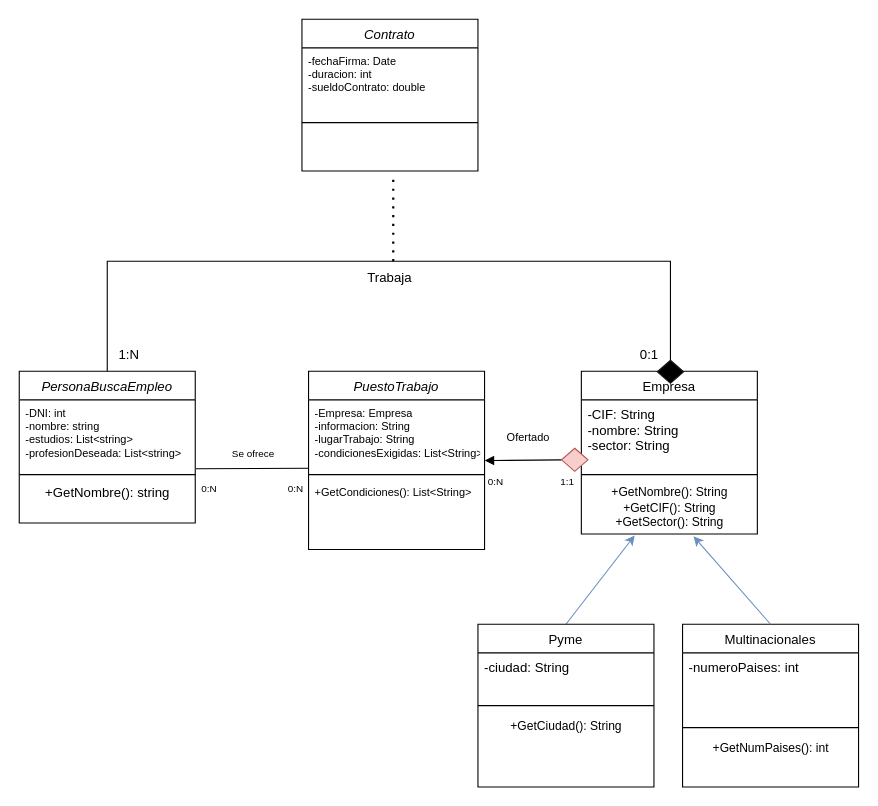
This is Entornos/7/Buaaa6.drawio from enderwigim/DAW1, a draw.io file, before an edit. Source tidied: cells renumbered, new cells numbered last; positions are measured from the earlier drawing's top-left corner, leaving out a move shared by most shapes. Both pictures are drawn from the tidied source at 110%, with x=0, y=0 at pixel (19, 19).
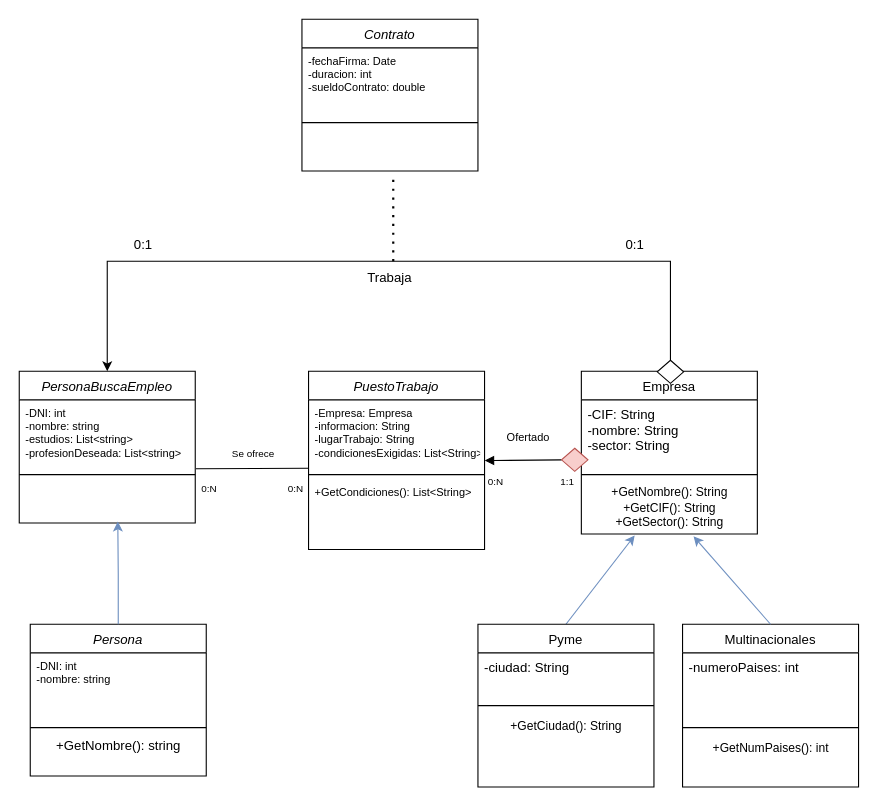
After the change.

Unchanged cells that the change refers to:
```xml
<mxCell id="3" value="PersonaBuscaEmpleo" style="swimlane;fontStyle=2;align=center;verticalAlign=top;horizontal=1;startSize=26;rounded=0;shadow=0;strokeWidth=1;" parent="1" vertex="1">
  <mxGeometry y="320" width="160" height="138" as="geometry" />
</mxCell>
```

What changed in the source:
```diff
@@
-    <mxCell id="6" value="+GetNombre(): string&lt;div&gt;&lt;br&gt;&lt;/div&gt;" style="text;html=1;align=center;verticalAlign=middle;strokeColor=none;fillColor=none;" parent="3" vertex="1">
-      <mxGeometry y="98" width="160" height="40" as="geometry" />
-    </mxCell>
@@
-    <mxCell id="33" style="endArrow=none;html=1;rounded=0;exitX=0.5;exitY=0;exitDx=0;exitDy=0;" parent="1" edge="1" source="3" target="41">
+    <mxCell id="33" style="endArrow=none;html=1;rounded=0;startArrow=classic;startFill=1;exitX=0.5;exitY=0;exitDx=0;exitDy=0;" parent="1" edge="1" source="3" target="41">
       <mxGeometry relative="1" as="geometry">
         <Array as="points">
           <mxPoint x="80" y="220" />
           <mxPoint x="400" y="220" />
           <mxPoint x="592" y="220" />
         </Array>
       </mxGeometry>
     </mxCell>
@@
-    <mxCell id="39" value="1:N" style="text;html=1;align=center;verticalAlign=middle;whiteSpace=wrap;rounded=0;" parent="1" vertex="1">
-      <mxGeometry x="70" y="290" width="60" height="30" as="geometry" />
-    </mxCell>
     <mxCell id="40" value="0:1" style="text;html=1;align=center;verticalAlign=middle;whiteSpace=wrap;rounded=0;" parent="1" vertex="1">
-      <mxGeometry x="543" y="290" width="60" height="30" as="geometry" />
+      <mxGeometry x="530" y="190" width="60" height="30" as="geometry" />
     </mxCell>
-    <mxCell id="41" style="rhombus;whiteSpace=wrap;html=1;strokeColor=#1C1A1A;fillColor=#000000;" parent="1" vertex="1">
+    <mxCell id="41" style="rhombus;whiteSpace=wrap;html=1;" parent="1" vertex="1">
       <mxGeometry x="580" y="310" width="24" height="21" as="geometry" />
     </mxCell>
+    <mxCell id="42" value="0:1" style="text;html=1;align=center;verticalAlign=middle;whiteSpace=wrap;rounded=0;" parent="1" vertex="1">
+      <mxGeometry x="83" y="190" width="60" height="30" as="geometry" />
+    </mxCell>
+    <mxCell id="43" value="Persona" style="swimlane;fontStyle=2;align=center;verticalAlign=top;horizontal=1;startSize=26;rounded=0;shadow=0;strokeWidth=1;" parent="1" vertex="1">
+      <mxGeometry x="10" y="550" width="160" height="138" as="geometry" />
+    </mxCell>
+    <mxCell id="44" value="-DNI: int&#10;-nombre: string&#10;" style="text;align=left;verticalAlign=top;spacingLeft=4;spacingRight=4;overflow=hidden;fontSize=10;" parent="43" vertex="1">
+      <mxGeometry y="26" width="160" height="64" as="geometry" />
+    </mxCell>
+    <mxCell id="45" style="line;html=1;strokeWidth=1;align=left;verticalAlign=middle;spacingTop=-1;spacingLeft=3;spacingRight=3;labelPosition=right;" parent="43" vertex="1">
+      <mxGeometry y="90" width="160" height="8" as="geometry" />
+    </mxCell>
+    <mxCell id="6" value="+GetNombre(): string&lt;div&gt;&lt;br&gt;&lt;/div&gt;" style="text;html=1;align=center;verticalAlign=middle;strokeColor=none;fillColor=none;" parent="43" vertex="1">
+      <mxGeometry y="98" width="160" height="40" as="geometry" />
+    </mxCell>
+    <mxCell id="46" style="edgeStyle=orthogonalEdgeStyle;rounded=0;jettySize=auto;html=1;exitX=0.5;exitY=0;exitDx=0;exitDy=0;entryX=0.56;entryY=0.967;entryDx=0;entryDy=0;entryPerimeter=0;fillColor=#dae8fc;strokeColor=#6c8ebf;" parent="1" edge="1" source="43">
+      <mxGeometry relative="1" as="geometry">
+        <mxPoint x="89.6" y="456.7" as="targetPoint" />
+      </mxGeometry>
+    </mxCell>
```
